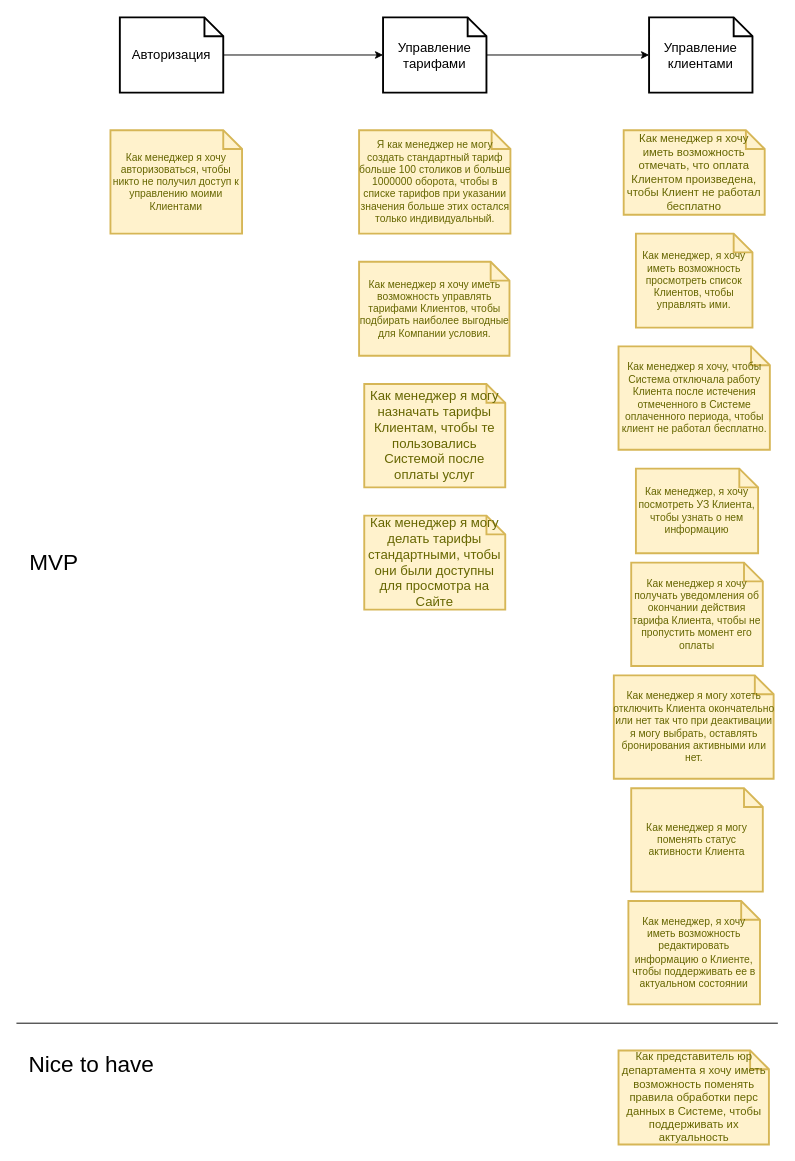
Earlier version of the draw.io diagram src/us-client-lk.drawio (indeec05/course__final). Source tidied: cells renumbered, new cells numbered last; positions are measured from the earlier drawing's top-left corner, leaving out a move shared by most shapes. Both pictures are drawn from the tidied source at 94%, with x=0, y=0 at pixel (16, 17).
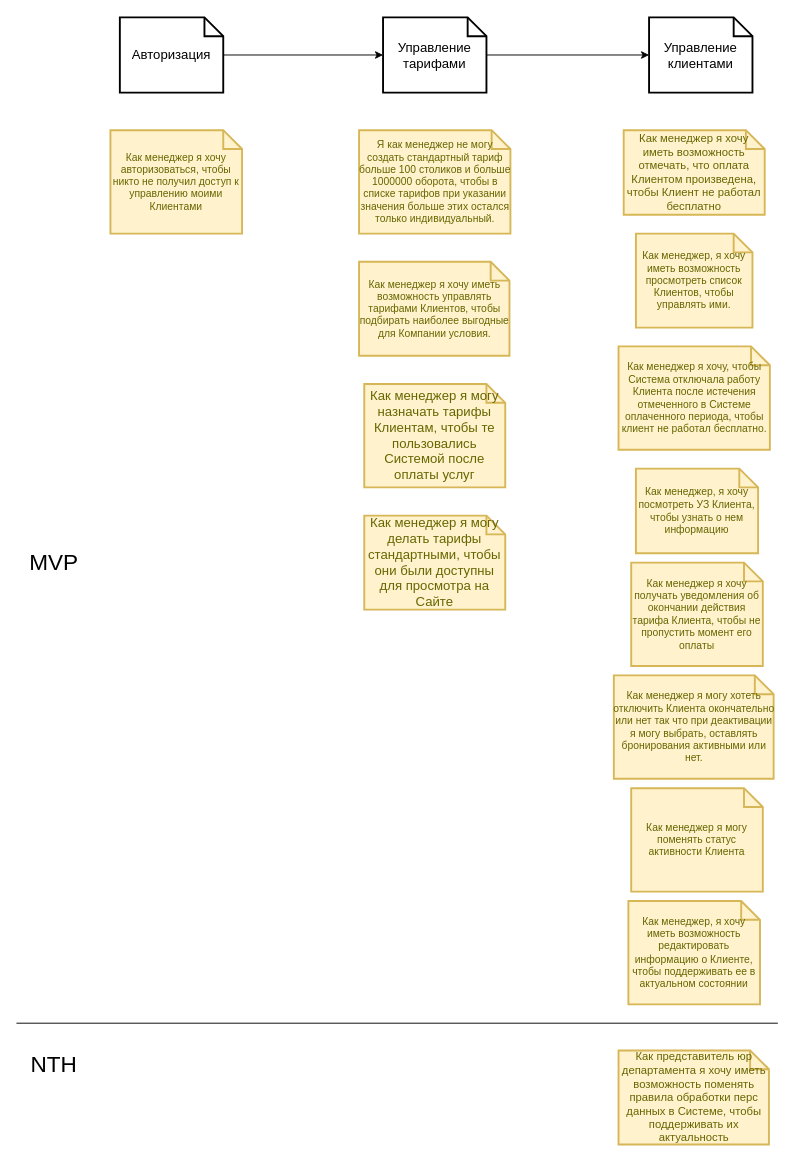
Above is the later version.

Diff of the diagram source:
```diff
@@
-    <mxCell id="24" value="Nice to have" style="text;html=1;strokeColor=none;fillColor=none;align=center;verticalAlign=middle;whiteSpace=wrap;rounded=0;labelBackgroundColor=none;fontSize=24;" parent="1" vertex="1">
-      <mxGeometry x="10" y="1099" width="140" height="30" as="geometry" />
+    <mxCell id="24" value="NTH" style="text;html=1;strokeColor=none;fillColor=none;align=center;verticalAlign=middle;whiteSpace=wrap;rounded=0;labelBackgroundColor=none;fontSize=24;" parent="1" vertex="1">
+      <mxGeometry x="10" y="1099" width="60" height="30" as="geometry" />
     </mxCell>
```
